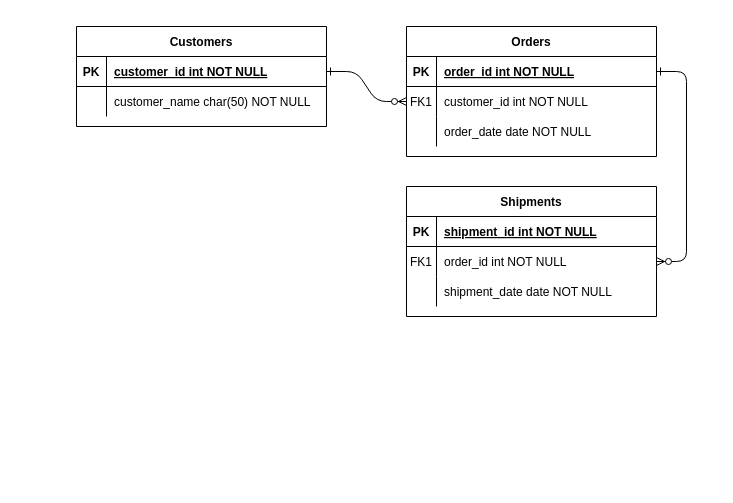
Earlier version of the draw.io diagram Untitled Diagram.drawio (Kanezoh/TIL). Source tidied: cells renumbered, new cells numbered last; positions are measured from the earlier drawing's top-left corner, leaving out a move shared by most shapes. Both pictures are drawn from the tidied source at 100%, with x=0, y=0 at pixel (76, 26).
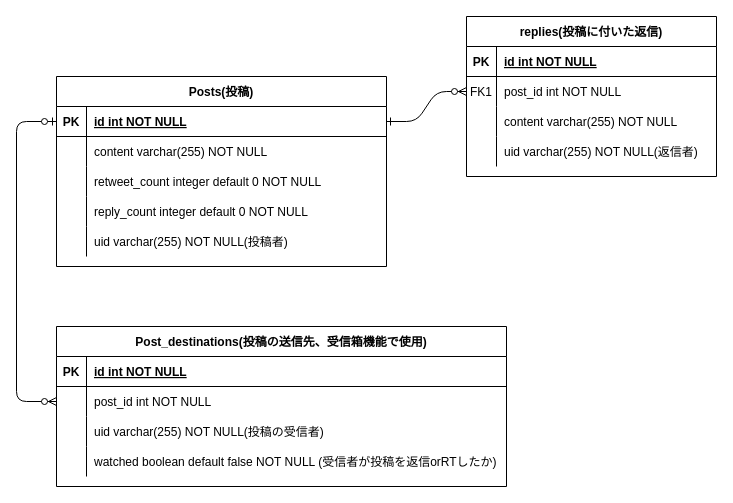
After the change.

The change refers to these unchanged cells:
```xml
<mxCell id="5" style="shape=partialRectangle;fillColor=none;points=[[0,0.5],[1,0.5]];portConstraint=eastwest;top=0;left=0;right=0;bottom=1;" parent="4" vertex="1">
  <mxGeometry y="30" width="250" height="30" as="geometry" />
</mxCell>
<mxCell id="8" style="shape=partialRectangle;fillColor=none;points=[[0,0.5],[1,0.5]];portConstraint=eastwest;top=0;left=0;right=0;bottom=0;" parent="4" vertex="1">
  <mxGeometry y="60" width="250" height="30" as="geometry" />
</mxCell>
<mxCell id="11" style="shape=partialRectangle;fillColor=none;top=0;left=0;right=0;bottom=0;" parent="4" vertex="1">
  <mxGeometry y="90" width="250" height="30" as="geometry" />
</mxCell>
```

Change to the diagram source:
```diff
@@
-    <mxCell id="3" style="edgeStyle=entityRelationEdgeStyle;endArrow=ERzeroToMany;startArrow=ERone;endFill=1;startFill=0;" parent="1" edge="1" source="5" target="18">
-      <mxGeometry relative="1" as="geometry" />
-    </mxCell>
-    <mxCell id="4" value="Orders" style="shape=table;startSize=30;childLayout=tableLayout;rowLines=0;fontStyle=1;align=center;" parent="1" vertex="1">
-      <mxGeometry x="330" width="250" height="130" as="geometry" />
+    <mxCell id="4" value="replies(投稿に付いた返信)" style="shape=table;startSize=30;childLayout=tableLayout;rowLines=0;fontStyle=1;align=center;" parent="1" vertex="1">
+      <mxGeometry x="390" y="-10" width="250" height="160" as="geometry" />
     </mxCell>
@@
-    <mxCell id="7" value="order_id int NOT NULL " style="shape=partialRectangle;overflow=hidden;fillColor=none;top=0;left=0;bottom=0;right=0;align=left;spacingLeft=6;fontStyle=5;" parent="5" vertex="1">
+    <mxCell id="7" value="id int NOT NULL" style="shape=partialRectangle;overflow=hidden;fillColor=none;top=0;left=0;bottom=0;right=0;align=left;spacingLeft=6;fontStyle=5;" parent="5" vertex="1">
       <mxGeometry x="30" width="220" height="30" as="geometry" />
     </mxCell>
@@
-    <mxCell id="10" value="customer_id int NOT NULL" style="shape=partialRectangle;overflow=hidden;fillColor=none;top=0;left=0;bottom=0;right=0;align=left;spacingLeft=6;" parent="8" vertex="1">
+    <mxCell id="10" value="post_id int NOT NULL" style="shape=partialRectangle;overflow=hidden;fillColor=none;top=0;left=0;bottom=0;right=0;align=left;spacingLeft=6;" parent="8" vertex="1">
       <mxGeometry x="30" width="220" height="30" as="geometry" />
     </mxCell>
@@
-    <mxCell id="13" value="order_date date NOT NULL" style="shape=partialRectangle;overflow=hidden;fillColor=none;top=0;left=0;bottom=0;right=0;align=left;spacingLeft=6;" parent="11" vertex="1">
+    <mxCell id="13" value="content varchar(255) NOT NULL" style="shape=partialRectangle;overflow=hidden;fillColor=none;top=0;left=0;bottom=0;right=0;align=left;spacingLeft=6;" parent="11" vertex="1">
       <mxGeometry x="30" width="220" height="30" as="geometry" />
     </mxCell>
-    <mxCell id="14" value="Shipments" style="shape=table;startSize=30;childLayout=tableLayout;rowLines=0;fontStyle=1;align=center;" parent="1" vertex="1">
-      <mxGeometry x="330" y="160" width="250" height="130" as="geometry" />
-    </mxCell>
-    <mxCell id="15" style="shape=partialRectangle;fillColor=none;top=0;left=0;right=0;bottom=1;" parent="14" vertex="1">
-      <mxGeometry y="30" width="250" height="30" as="geometry" />
-    </mxCell>
-    <mxCell id="16" value="PK" style="shape=partialRectangle;overflow=hidden;fillColor=none;top=0;left=0;bottom=0;right=0;fontStyle=1;" parent="15" vertex="1">
-      <mxGeometry width="30" height="30" as="geometry" />
-    </mxCell>
-    <mxCell id="17" value="shipment_id int NOT NULL " style="shape=partialRectangle;overflow=hidden;fillColor=none;top=0;left=0;bottom=0;right=0;align=left;spacingLeft=6;fontStyle=5;" parent="15" vertex="1">
-      <mxGeometry x="30" width="220" height="30" as="geometry" />
-    </mxCell>
-    <mxCell id="18" style="shape=partialRectangle;fillColor=none;points=[[0,0.5],[1,0.5]];portConstraint=eastwest;top=0;left=0;right=0;bottom=0;" parent="14" vertex="1">
-      <mxGeometry y="60" width="250" height="30" as="geometry" />
-    </mxCell>
-    <mxCell id="19" value="FK1" style="shape=partialRectangle;overflow=hidden;fillColor=none;top=0;left=0;bottom=0;right=0;" parent="18" vertex="1">
-      <mxGeometry width="30" height="30" as="geometry" />
-    </mxCell>
-    <mxCell id="20" value="order_id int NOT NULL" style="shape=partialRectangle;overflow=hidden;fillColor=none;top=0;left=0;bottom=0;right=0;align=left;spacingLeft=6;" parent="18" vertex="1">
-      <mxGeometry x="30" width="220" height="30" as="geometry" />
-    </mxCell>
-    <mxCell id="21" style="shape=partialRectangle;fillColor=none;top=0;left=0;right=0;bottom=0;" parent="14" vertex="1">
-      <mxGeometry y="90" width="250" height="30" as="geometry" />
-    </mxCell>
-    <mxCell id="22" style="shape=partialRectangle;overflow=hidden;fillColor=none;top=0;left=0;bottom=0;right=0;" parent="21" vertex="1">
-      <mxGeometry width="30" height="30" as="geometry" />
-    </mxCell>
-    <mxCell id="23" value="shipment_date date NOT NULL" style="shape=partialRectangle;overflow=hidden;fillColor=none;top=0;left=0;bottom=0;right=0;align=left;spacingLeft=6;" parent="21" vertex="1">
-      <mxGeometry x="30" width="220" height="30" as="geometry" />
-    </mxCell>
+    <mxCell id="31" style="shape=partialRectangle;fillColor=none;top=0;left=0;right=0;bottom=0;" parent="4" vertex="1">
+      <mxGeometry y="120" width="250" height="30" as="geometry" />
+    </mxCell>
+    <mxCell id="32" style="shape=partialRectangle;overflow=hidden;fillColor=none;top=0;left=0;bottom=0;right=0;" parent="31" vertex="1">
+      <mxGeometry width="30" height="30" as="geometry" />
+    </mxCell>
+    <mxCell id="33" value="uid varchar(255) NOT NULL(返信者)" style="shape=partialRectangle;overflow=hidden;fillColor=none;top=0;left=0;bottom=0;right=0;align=left;spacingLeft=6;" parent="31" vertex="1">
+      <mxGeometry x="30" width="220" height="30" as="geometry" />
+    </mxCell>
-    <mxCell id="24" value="Customers" style="shape=table;startSize=30;childLayout=tableLayout;rowLines=0;fontStyle=1;align=center;" parent="1" vertex="1">
-      <mxGeometry width="250" height="100" as="geometry" />
+    <mxCell id="24" value="Posts(投稿)" style="shape=table;startSize=30;childLayout=tableLayout;rowLines=0;fontStyle=1;align=center;" parent="1" vertex="1">
+      <mxGeometry x="-20" y="50" width="330" height="190" as="geometry" />
     </mxCell>
     <mxCell id="25" style="shape=partialRectangle;fillColor=none;points=[[0,0.5],[1,0.5]];portConstraint=eastwest;top=0;left=0;right=0;bottom=1;" parent="24" vertex="1">
-      <mxGeometry y="30" width="250" height="30" as="geometry" />
+      <mxGeometry y="30" width="330" height="30" as="geometry" />
     </mxCell>
@@
-    <mxCell id="27" value="customer_id int NOT NULL " style="shape=partialRectangle;overflow=hidden;fillColor=none;top=0;left=0;bottom=0;right=0;align=left;spacingLeft=6;fontStyle=5;" parent="25" vertex="1">
-      <mxGeometry x="30" width="220" height="30" as="geometry" />
+    <mxCell id="27" value="id int NOT NULL" style="shape=partialRectangle;overflow=hidden;fillColor=none;top=0;left=0;bottom=0;right=0;align=left;spacingLeft=6;fontStyle=5;" parent="25" vertex="1">
+      <mxGeometry x="30" width="300" height="30" as="geometry" />
     </mxCell>
     <mxCell id="28" style="shape=partialRectangle;fillColor=none;top=0;left=0;right=0;bottom=0;" parent="24" vertex="1">
-      <mxGeometry y="60" width="250" height="30" as="geometry" />
+      <mxGeometry y="60" width="330" height="30" as="geometry" />
     </mxCell>
@@
-    <mxCell id="30" value="customer_name char(50) NOT NULL" style="shape=partialRectangle;overflow=hidden;fillColor=none;top=0;left=0;bottom=0;right=0;align=left;spacingLeft=6;" parent="28" vertex="1">
-      <mxGeometry x="30" width="220" height="30" as="geometry" />
+    <mxCell id="30" value="content varchar(255) NOT NULL" style="shape=partialRectangle;overflow=hidden;fillColor=none;top=0;left=0;bottom=0;right=0;align=left;spacingLeft=6;" parent="28" vertex="1">
+      <mxGeometry x="30" width="300" height="30" as="geometry" />
     </mxCell>
+    <mxCell id="34" style="shape=partialRectangle;fillColor=none;top=0;left=0;right=0;bottom=0;" parent="24" vertex="1">
+      <mxGeometry y="90" width="330" height="30" as="geometry" />
+    </mxCell>
+    <mxCell id="35" style="shape=partialRectangle;overflow=hidden;fillColor=none;top=0;left=0;bottom=0;right=0;" parent="34" vertex="1">
+      <mxGeometry width="30" height="30" as="geometry" />
+    </mxCell>
+    <mxCell id="36" value="retweet_count integer default 0 NOT NULL" style="shape=partialRectangle;overflow=hidden;fillColor=none;top=0;left=0;bottom=0;right=0;align=left;spacingLeft=6;" parent="34" vertex="1">
+      <mxGeometry x="30" width="300" height="30" as="geometry" />
+    </mxCell>
+    <mxCell id="37" style="shape=partialRectangle;fillColor=none;top=0;left=0;right=0;bottom=0;" parent="24" vertex="1">
+      <mxGeometry y="120" width="330" height="30" as="geometry" />
+    </mxCell>
+    <mxCell id="38" style="shape=partialRectangle;overflow=hidden;fillColor=none;top=0;left=0;bottom=0;right=0;" parent="37" vertex="1">
+      <mxGeometry width="30" height="30" as="geometry" />
+    </mxCell>
+    <mxCell id="39" value="reply_count integer default 0 NOT NULL" style="shape=partialRectangle;overflow=hidden;fillColor=none;top=0;left=0;bottom=0;right=0;align=left;spacingLeft=6;" parent="37" vertex="1">
+      <mxGeometry x="30" width="300" height="30" as="geometry" />
+    </mxCell>
+    <mxCell id="40" style="shape=partialRectangle;fillColor=none;top=0;left=0;right=0;bottom=0;" parent="24" vertex="1">
+      <mxGeometry y="150" width="330" height="30" as="geometry" />
+    </mxCell>
+    <mxCell id="41" style="shape=partialRectangle;overflow=hidden;fillColor=none;top=0;left=0;bottom=0;right=0;" parent="40" vertex="1">
+      <mxGeometry width="30" height="30" as="geometry" />
+    </mxCell>
+    <mxCell id="42" value="uid varchar(255) NOT NULL(投稿者)" style="shape=partialRectangle;overflow=hidden;fillColor=none;top=0;left=0;bottom=0;right=0;align=left;spacingLeft=6;" parent="40" vertex="1">
+      <mxGeometry x="30" width="300" height="30" as="geometry" />
+    </mxCell>
+    <mxCell id="43" value="Post_destinations(投稿の送信先、受信箱機能で使用)" style="shape=table;startSize=30;childLayout=tableLayout;rowLines=0;fontStyle=1;align=center;" parent="1" vertex="1">
+      <mxGeometry x="-20" y="300" width="450" height="160" as="geometry" />
+    </mxCell>
+    <mxCell id="44" style="shape=partialRectangle;fillColor=none;top=0;left=0;bottom=1;right=0;" parent="43" vertex="1">
+      <mxGeometry y="30" width="450" height="30" as="geometry" />
+    </mxCell>
+    <mxCell id="16" value="PK" style="shape=partialRectangle;fillColor=none;top=0;left=0;bottom=0;right=0;fontStyle=1;overflow=hidden;" parent="44" vertex="1">
+      <mxGeometry width="30" height="30" as="geometry" />
+    </mxCell>
+    <mxCell id="45" value="id int NOT NULL" style="shape=partialRectangle;fillColor=none;top=0;left=0;bottom=0;right=0;align=left;spacingLeft=6;fontStyle=5;overflow=hidden;" parent="44" vertex="1">
+      <mxGeometry x="30" width="420" height="30" as="geometry" />
+    </mxCell>
+    <mxCell id="46" style="shape=partialRectangle;fillColor=none;top=0;left=0;bottom=0;right=0;points=[[0,0.5],[1,0.5]];portConstraint=eastwest;" parent="43" vertex="1">
+      <mxGeometry y="60" width="450" height="30" as="geometry" />
+    </mxCell>
+    <mxCell id="47" style="shape=partialRectangle;fillColor=none;top=0;left=0;bottom=0;right=0;overflow=hidden;" parent="46" vertex="1">
+      <mxGeometry width="30" height="30" as="geometry" />
+    </mxCell>
+    <mxCell id="48" value="post_id int NOT NULL" style="shape=partialRectangle;fillColor=none;top=0;left=0;bottom=0;right=0;align=left;spacingLeft=6;overflow=hidden;" parent="46" vertex="1">
+      <mxGeometry x="30" width="420" height="30" as="geometry" />
+    </mxCell>
+    <mxCell id="49" style="shape=partialRectangle;fillColor=none;top=0;left=0;bottom=0;right=0;" parent="43" vertex="1">
+      <mxGeometry y="90" width="450" height="30" as="geometry" />
+    </mxCell>
+    <mxCell id="50" style="shape=partialRectangle;fillColor=none;top=0;left=0;bottom=0;right=0;overflow=hidden;" parent="49" vertex="1">
+      <mxGeometry width="30" height="30" as="geometry" />
+    </mxCell>
+    <mxCell id="51" value="uid varchar(255) NOT NULL(投稿の受信者)" style="shape=partialRectangle;fillColor=none;top=0;left=0;bottom=0;right=0;align=left;spacingLeft=6;overflow=hidden;" parent="49" vertex="1">
+      <mxGeometry x="30" width="420" height="30" as="geometry" />
+    </mxCell>
+    <mxCell id="52" style="shape=partialRectangle;fillColor=none;top=0;left=0;bottom=0;right=0;" parent="43" vertex="1">
+      <mxGeometry y="120" width="450" height="30" as="geometry" />
+    </mxCell>
+    <mxCell id="53" style="shape=partialRectangle;fillColor=none;top=0;left=0;bottom=0;right=0;overflow=hidden;" parent="52" vertex="1">
+      <mxGeometry width="30" height="30" as="geometry" />
+    </mxCell>
+    <mxCell id="54" value="watched boolean default false NOT NULL (受信者が投稿を返信orRTしたか)" style="shape=partialRectangle;fillColor=none;top=0;left=0;bottom=0;right=0;align=left;spacingLeft=6;overflow=hidden;" parent="52" vertex="1">
+      <mxGeometry x="30" width="420" height="30" as="geometry" />
+    </mxCell>
+    <mxCell id="55" style="fontSize=12;html=1;endArrow=ERzeroToMany;startArrow=ERzeroToOne;entryX=0;entryY=0.5;entryDx=0;entryDy=0;exitX=0;exitY=0.5;exitDx=0;exitDy=0;edgeStyle=orthogonalEdgeStyle;" parent="1" edge="1" source="25" target="46">
+      <mxGeometry relative="1" as="geometry">
+        <Array as="points">
+          <mxPoint x="-60" y="95" />
+          <mxPoint x="-60" y="375" />
+        </Array>
+      </mxGeometry>
+    </mxCell>
```
